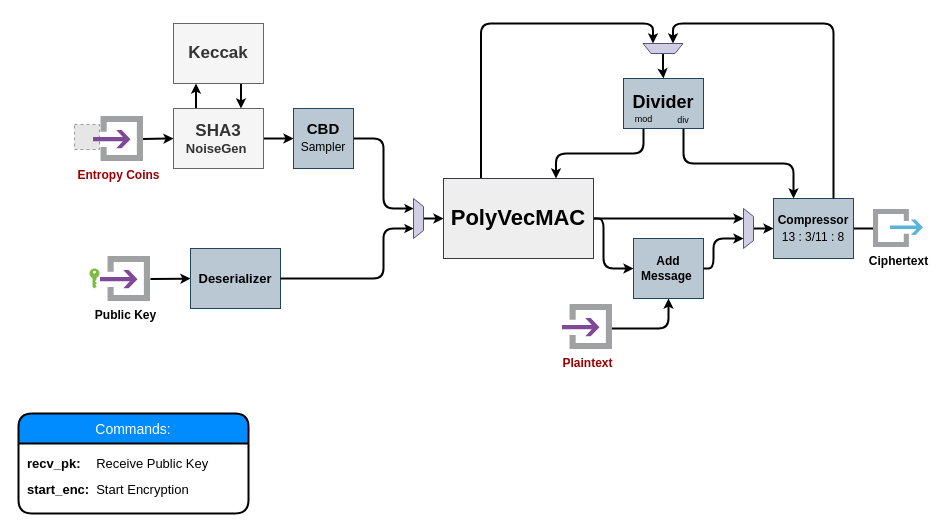
This is page "CPA-Encrypt" (2 of 12) of doc/kyber.drawio from kammoh/kyber.light, a draw.io file, before an edit. Source tidied: cells renumbered, new cells numbered last; positions are measured from the earlier drawing's top-left corner, leaving out a move shared by most shapes. Both pictures are drawn from the tidied source at 100%, with x=0, y=0 at pixel (18, 23). Pictures stored in the file or linked from it are replaced by grey dashed boxes.
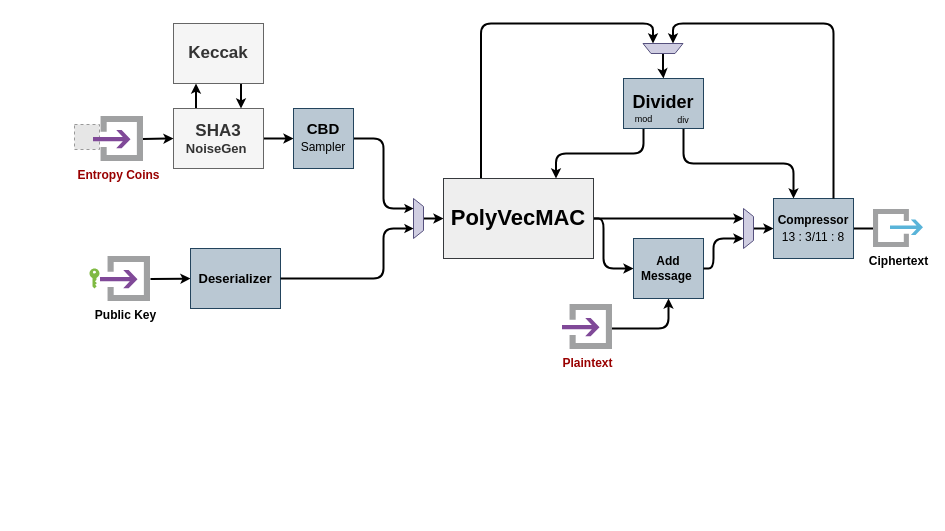
Above is the later version.

Change to the diagram source:
```diff
@@
-    <mxCell id="37" value="Commands:" style="swimlane;horizontal=1;startSize=30;fillColor=#008cff;fontColor=#FFFFFF;rounded=1;fontSize=14;fontStyle=0;strokeWidth=2;shadow=0;dashed=0;align=center;" parent="1" vertex="1">
-      <mxGeometry y="390" width="230" height="100" as="geometry" />
-    </mxCell>
-    <mxCell id="38" value="&lt;table style=&quot;font-size: 13px&quot;&gt;&lt;tbody&gt;&lt;tr&gt;&lt;td&gt;&lt;b&gt;&lt;font style=&quot;font-size: 13px&quot;&gt;recv_pk:&lt;/font&gt;&lt;/b&gt;&lt;/td&gt;&lt;td&gt;&lt;table&gt;&lt;tbody&gt;&lt;tr&gt;&lt;td&gt;&lt;font style=&quot;font-size: 13px&quot;&gt;Receive Public Key&lt;br&gt;&lt;/font&gt;&lt;/td&gt;&lt;/tr&gt;&lt;/tbody&gt;&lt;/table&gt;&lt;/td&gt;&lt;/tr&gt;&lt;tr&gt;&lt;td&gt;&lt;b&gt;&lt;font style=&quot;font-size: 13px&quot;&gt;start_enc:&lt;/font&gt;&lt;/b&gt;&lt;/td&gt;&lt;td&gt;&lt;table&gt;&lt;tbody&gt;&lt;tr&gt;&lt;td&gt;&lt;font style=&quot;font-size: 13px&quot;&gt;Start Encryption&lt;br&gt;&lt;/font&gt;&lt;/td&gt;&lt;/tr&gt;&lt;/tbody&gt;&lt;/table&gt;&lt;/td&gt;&lt;/tr&gt;&lt;/tbody&gt;&lt;/table&gt;" style="align=left;strokeColor=none;fillColor=none;spacingLeft=4;fontSize=12;verticalAlign=top;html=1;" parent="37" vertex="1">
-      <mxGeometry y="30" width="230" height="70" as="geometry" />
-    </mxCell>
```
